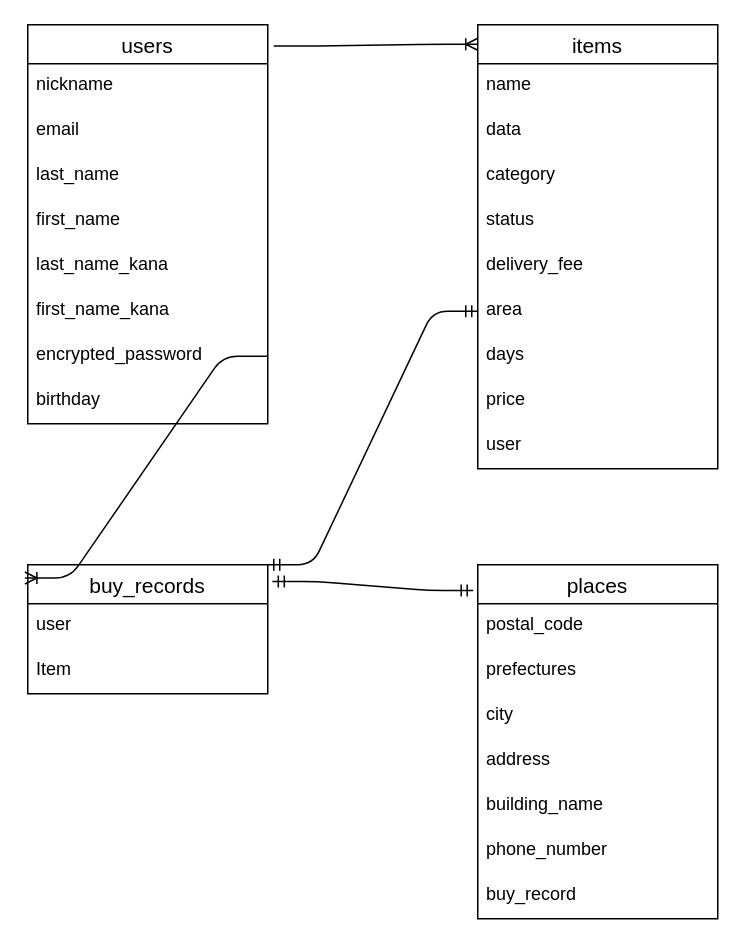
This is first.dio from msms0227/furima-32090, a draw.io file, before an edit. Source tidied: cells renumbered, new cells numbered last; positions are measured from the earlier drawing's top-left corner, leaving out a move shared by most shapes. Both pictures are drawn from the tidied source at 150%, with x=0, y=0 at pixel (27, 24).
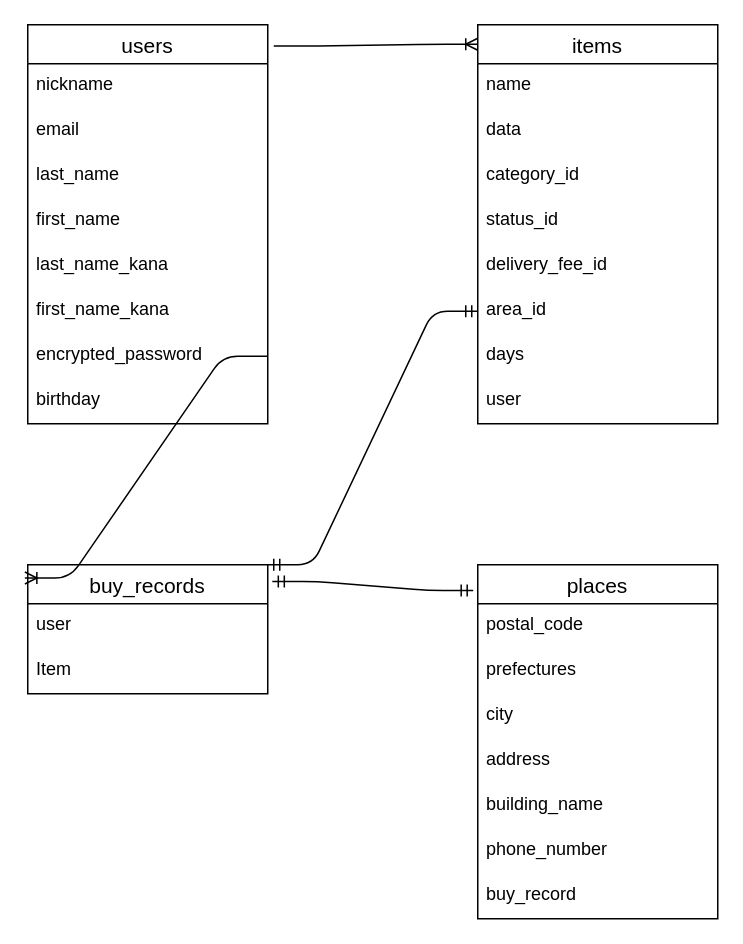
The same page after the edit.

Commit message (it also covers changes not shown here):
データベース設計４

What changed in the source:
```diff
@@
     <mxCell id="14" value="items" style="swimlane;fontStyle=0;horizontal=1;startSize=26;align=center;fontSize=14;" parent="1" vertex="1">
-      <mxGeometry x="300" width="160" height="296" as="geometry" />
+      <mxGeometry x="300" width="160" height="266" as="geometry" />
     </mxCell>
@@
-    <mxCell id="17" value="category" style="text;strokeColor=none;fillColor=none;spacingLeft=4;spacingRight=4;overflow=hidden;fontSize=12;" parent="14" vertex="1">
+    <mxCell id="17" value="category_id" style="text;strokeColor=none;fillColor=none;spacingLeft=4;spacingRight=4;overflow=hidden;fontSize=12;" parent="14" vertex="1">
       <mxGeometry y="86" width="160" height="30" as="geometry" />
     </mxCell>
-    <mxCell id="18" value="status" style="text;strokeColor=none;fillColor=none;spacingLeft=4;spacingRight=4;overflow=hidden;fontSize=12;" parent="14" vertex="1">
+    <mxCell id="18" value="status_id" style="text;strokeColor=none;fillColor=none;spacingLeft=4;spacingRight=4;overflow=hidden;fontSize=12;" parent="14" vertex="1">
       <mxGeometry y="116" width="160" height="30" as="geometry" />
     </mxCell>
-    <mxCell id="19" value="delivery_fee" style="text;strokeColor=none;fillColor=none;spacingLeft=4;spacingRight=4;overflow=hidden;fontSize=12;" parent="14" vertex="1">
+    <mxCell id="19" value="delivery_fee_id" style="text;strokeColor=none;fillColor=none;spacingLeft=4;spacingRight=4;overflow=hidden;fontSize=12;" parent="14" vertex="1">
       <mxGeometry y="146" width="160" height="30" as="geometry" />
     </mxCell>
-    <mxCell id="20" value="area" style="text;strokeColor=none;fillColor=none;spacingLeft=4;spacingRight=4;overflow=hidden;points=[[0,0.5],[1,0.5]];portConstraint=eastwest;fontSize=12;" parent="14" vertex="1">
+    <mxCell id="20" value="area_id" style="text;strokeColor=none;fillColor=none;spacingLeft=4;spacingRight=4;overflow=hidden;points=[[0,0.5],[1,0.5]];portConstraint=eastwest;fontSize=12;" parent="14" vertex="1">
       <mxGeometry y="176" width="160" height="30" as="geometry" />
     </mxCell>
@@
-    <mxCell id="22" value="price" style="text;strokeColor=none;fillColor=none;spacingLeft=4;spacingRight=4;overflow=hidden;fontSize=12;" parent="14" vertex="1">
-      <mxGeometry y="236" width="160" height="30" as="geometry" />
-    </mxCell>
     <mxCell id="23" value="user" style="text;strokeColor=none;fillColor=none;spacingLeft=4;spacingRight=4;overflow=hidden;fontSize=12;" parent="14" vertex="1">
-      <mxGeometry y="266" width="160" height="30" as="geometry" />
+      <mxGeometry y="236" width="160" height="30" as="geometry" />
     </mxCell>
```
